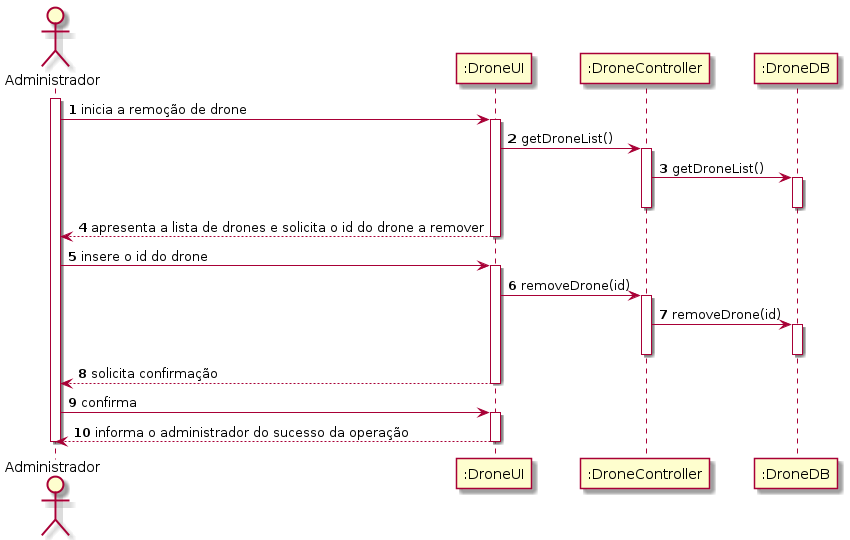
Earlier version of the PlantUML export docs/UC17/UC17_RemoverDrone_SD.png (pedrolemos4/LAPR3).
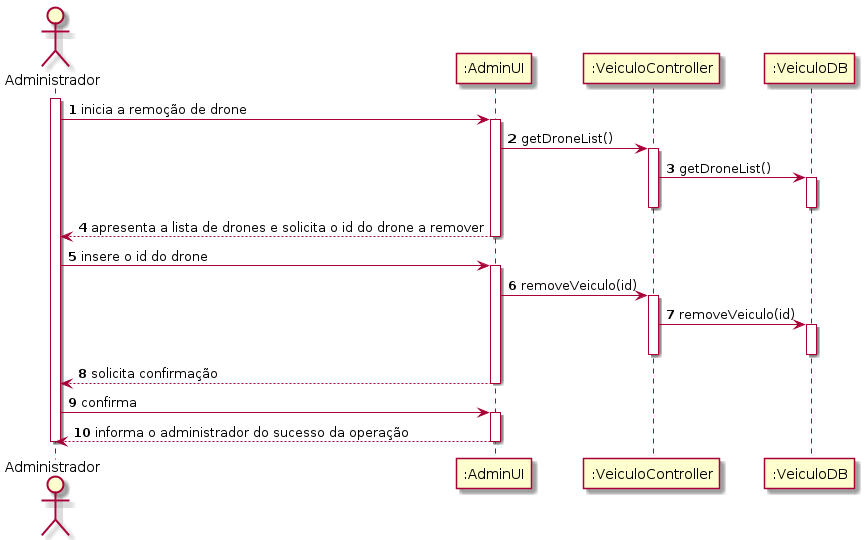
The same diagram one commit later.

Commit message:
LAP3AP4-169 #close Remover Drone [Review]

What changed in the source:
```diff
@@ -3,9 +3,9 @@
 
 actor "Administrador" as ADMIN
 
-participant ":DroneUI" as UI
-participant ":DroneController" as CTRL
-participant ":DroneDB" as DRDB
+participant ":AdminUI" as UI
+participant ":VeiculoController" as CTRL
+participant ":VeiculoDB" as DRDB
 
 
 activate ADMIN
@@ -24,9 +24,9 @@
 
 ADMIN -> UI : insere o id do drone
 activate UI
-UI -> CTRL : removeDrone(id)
+UI -> CTRL : removeVeiculo(id)
 activate CTRL
-CTRL -> DRDB : removeDrone(id)
+CTRL -> DRDB : removeVeiculo(id)
 activate DRDB
 deactivate DRDB
 deactivate CTRL
```
